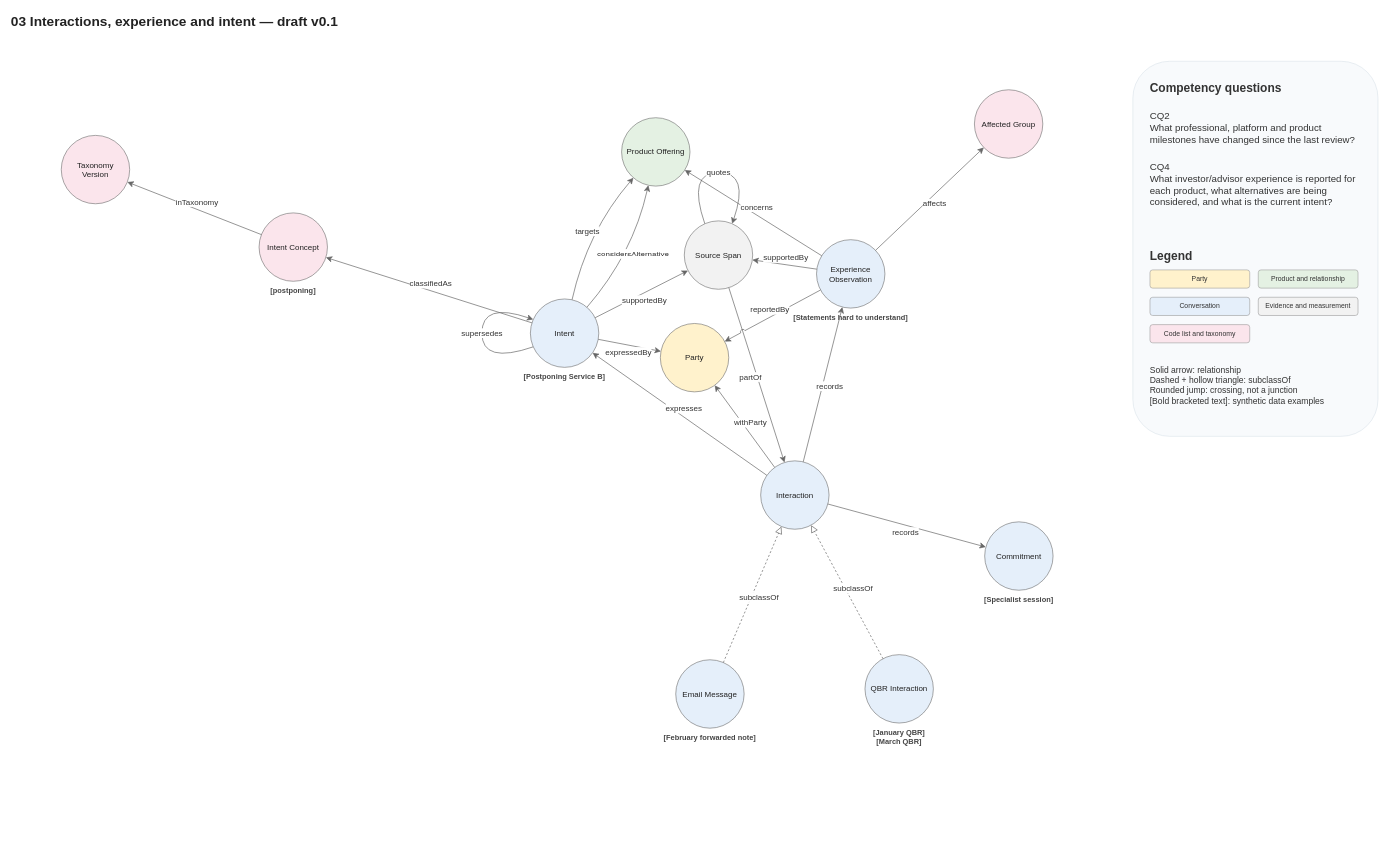
Earlier version of the draw.io diagram page "03 Interactions, experience and intent" (4 of 5) of solution/model/aai-model.drawio (ssfd7/advisor-account-intelligence). Source tidied: cells renumbered, new cells numbered last; positions are measured from the earlier drawing's top-left corner, leaving out a move shared by most shapes. Both pictures are drawn from the tidied source at 57%, with x=0, y=0 at pixel (10, 10).
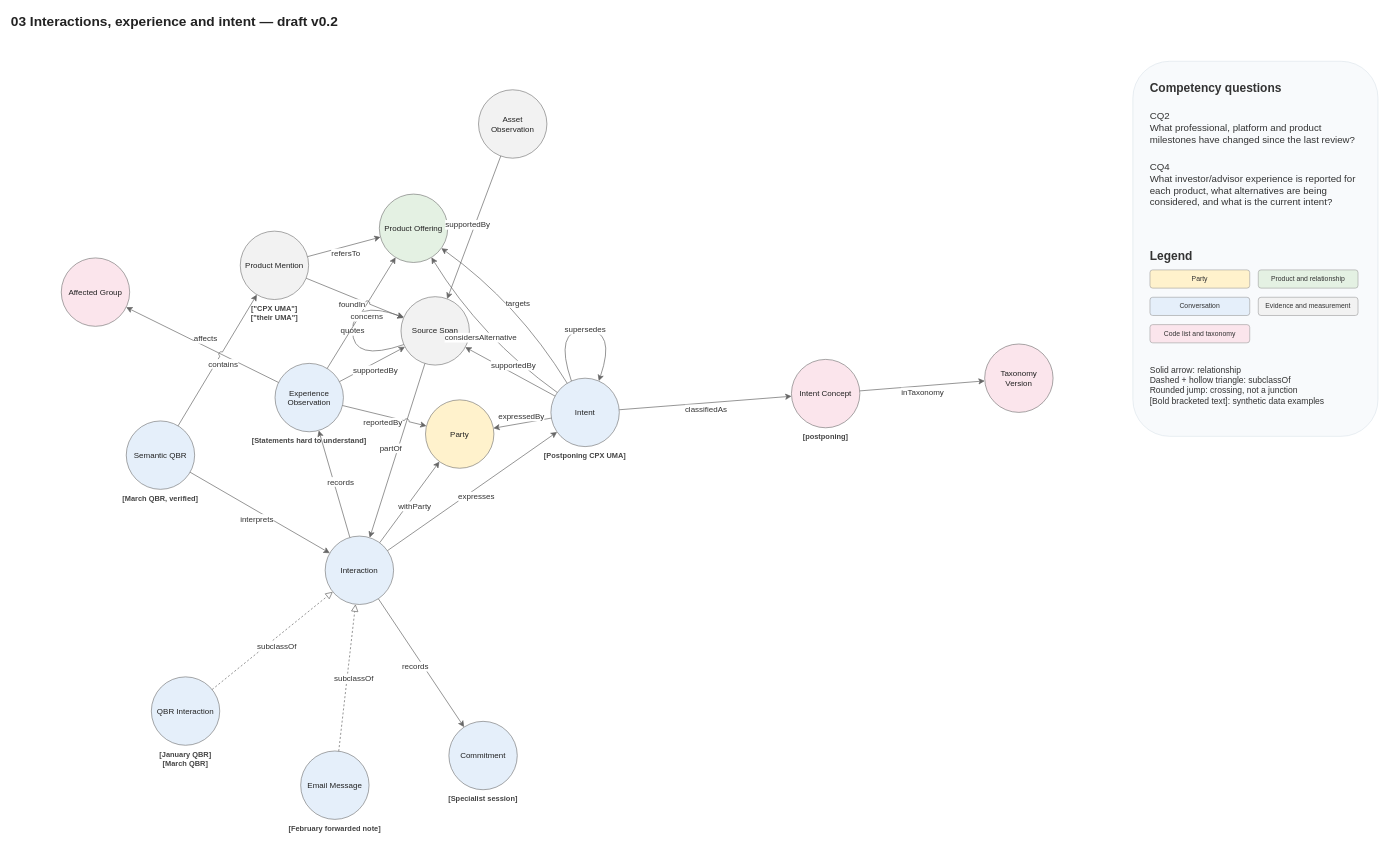
The same diagram, later.

The edit, as a diff of the source:
```diff
@@
-    <mxCell id="2" value="03 Interactions, experience and intent — draft v0.1" style="shape=label;fillColor=none;strokeColor=none;html=1;align=left;fontSize=24;fontStyle=1;fontColor=#222222;" parent="1" vertex="1">
+    <mxCell id="2" value="03 Interactions, experience and intent — draft v0.2" style="shape=label;fillColor=none;strokeColor=none;html=1;align=left;fontSize=24;fontStyle=1;fontColor=#222222;" parent="1" vertex="1">
       <mxGeometry width="1700" height="40" as="geometry" />
     </mxCell>
     <mxCell id="3" value="Party" style="shape=ellipse;perimeter=ellipsePerimeter;whiteSpace=wrap;html=0;fillColor=#FFF2CC;strokeColor=#666666;strokeWidth=1;fontSize=14;fontColor=#222222;spacing=8;" parent="1" vertex="1">
-      <mxGeometry x="1141" y="550" width="120" height="120" as="geometry" />
+      <mxGeometry x="729" y="684" width="120" height="120" as="geometry" />
     </mxCell>
     <mxCell id="4" value="Product Offering" style="shape=ellipse;perimeter=ellipsePerimeter;whiteSpace=wrap;html=0;fillColor=#E4F1E3;strokeColor=#666666;strokeWidth=1;fontSize=14;fontColor=#222222;spacing=8;" parent="1" vertex="1">
-      <mxGeometry x="1073" y="189" width="120" height="120" as="geometry" />
+      <mxGeometry x="648" y="323" width="120" height="120" as="geometry" />
     </mxCell>
+    <mxCell id="51" value="Asset Observation" style="shape=ellipse;perimeter=ellipsePerimeter;whiteSpace=wrap;html=0;fillColor=#F2F2F2;strokeColor=#666666;strokeWidth=1;fontSize=14;fontColor=#222222;spacing=8;" parent="1" vertex="1">
+      <mxGeometry x="822" y="140" width="120" height="120" as="geometry" />
+    </mxCell>
     <mxCell id="5" value="Interaction" style="shape=ellipse;perimeter=ellipsePerimeter;whiteSpace=wrap;html=0;fillColor=#E5EFFA;strokeColor=#666666;strokeWidth=1;fontSize=14;fontColor=#222222;spacing=8;" parent="1" vertex="1">
-      <mxGeometry x="1317" y="791" width="120" height="120" as="geometry" />
+      <mxGeometry x="553" y="923" width="120" height="120" as="geometry" />
     </mxCell>
     <mxCell id="6" value="QBR Interaction" style="shape=ellipse;perimeter=ellipsePerimeter;whiteSpace=wrap;html=0;fillColor=#E5EFFA;strokeColor=#666666;strokeWidth=1;fontSize=14;fontColor=#222222;spacing=8;" parent="1" vertex="1">
-      <mxGeometry x="1500" y="1131" width="120" height="120" as="geometry" />
+      <mxGeometry x="248" y="1170" width="120" height="120" as="geometry" />
     </mxCell>
     <mxCell id="7" value="[January QBR]&#10;[March QBR]" style="shape=label;html=0;whiteSpace=wrap;fillColor=none;strokeColor=none;fontSize=13;fontStyle=1;fontColor=#444444;align=center;verticalAlign=top;spacing=0;" parent="1" vertex="1">
-      <mxGeometry x="1460" y="1255" width="200" height="46" as="geometry" />
+      <mxGeometry x="208" y="1294" width="200" height="46" as="geometry" />
     </mxCell>
     <mxCell id="8" value="Email Message" style="shape=ellipse;perimeter=ellipsePerimeter;whiteSpace=wrap;html=0;fillColor=#E5EFFA;strokeColor=#666666;strokeWidth=1;fontSize=14;fontColor=#222222;spacing=8;" parent="1" vertex="1">
-      <mxGeometry x="1168" y="1140" width="120" height="120" as="geometry" />
+      <mxGeometry x="510" y="1300" width="120" height="120" as="geometry" />
     </mxCell>
     <mxCell id="9" value="[February forwarded note]" style="shape=label;html=0;whiteSpace=wrap;fillColor=none;strokeColor=none;fontSize=13;fontStyle=1;fontColor=#444444;align=center;verticalAlign=top;spacing=0;" parent="1" vertex="1">
-      <mxGeometry x="1128" y="1264" width="200" height="26" as="geometry" />
+      <mxGeometry x="470" y="1424" width="200" height="26" as="geometry" />
     </mxCell>
     <mxCell id="10" value="Source Span" style="shape=ellipse;perimeter=ellipsePerimeter;whiteSpace=wrap;html=0;fillColor=#F2F2F2;strokeColor=#666666;strokeWidth=1;fontSize=14;fontColor=#222222;spacing=8;" parent="1" vertex="1">
-      <mxGeometry x="1183" y="370" width="120" height="120" as="geometry" />
+      <mxGeometry x="686" y="503" width="120" height="120" as="geometry" />
     </mxCell>
     <mxCell id="11" value="Experience Observation" style="shape=ellipse;perimeter=ellipsePerimeter;whiteSpace=wrap;html=0;fillColor=#E5EFFA;strokeColor=#666666;strokeWidth=1;fontSize=14;fontColor=#222222;spacing=8;" parent="1" vertex="1">
-      <mxGeometry x="1415" y="403" width="120" height="120" as="geometry" />
+      <mxGeometry x="465" y="620" width="120" height="120" as="geometry" />
     </mxCell>
     <mxCell id="12" value="[Statements hard to understand]" style="shape=label;html=0;whiteSpace=wrap;fillColor=none;strokeColor=none;fontSize=13;fontStyle=1;fontColor=#444444;align=center;verticalAlign=top;spacing=0;" parent="1" vertex="1">
-      <mxGeometry x="1375" y="527" width="200" height="26" as="geometry" />
+      <mxGeometry x="425" y="744" width="200" height="26" as="geometry" />
     </mxCell>
     <mxCell id="13" value="Affected Group" style="shape=ellipse;perimeter=ellipsePerimeter;whiteSpace=wrap;html=0;fillColor=#FBE5EC;strokeColor=#666666;strokeWidth=1;fontSize=14;fontColor=#222222;spacing=8;" parent="1" vertex="1">
-      <mxGeometry x="1692" y="140" width="120" height="120" as="geometry" />
+      <mxGeometry x="90" y="435" width="120" height="120" as="geometry" />
     </mxCell>
     <mxCell id="14" value="Intent" style="shape=ellipse;perimeter=ellipsePerimeter;whiteSpace=wrap;html=0;fillColor=#E5EFFA;strokeColor=#666666;strokeWidth=1;fontSize=14;fontColor=#222222;spacing=8;" parent="1" vertex="1">
-      <mxGeometry x="913" y="507" width="120" height="120" as="geometry" />
+      <mxGeometry x="949" y="646" width="120" height="120" as="geometry" />
     </mxCell>
-    <mxCell id="15" value="[Postponing Service B]" style="shape=label;html=0;whiteSpace=wrap;fillColor=none;strokeColor=none;fontSize=13;fontStyle=1;fontColor=#444444;align=center;verticalAlign=top;spacing=0;" parent="1" vertex="1">
-      <mxGeometry x="873" y="631" width="200" height="26" as="geometry" />
+    <mxCell id="15" value="[Postponing CPX UMA]" style="shape=label;html=0;whiteSpace=wrap;fillColor=none;strokeColor=none;fontSize=13;fontStyle=1;fontColor=#444444;align=center;verticalAlign=top;spacing=0;" parent="1" vertex="1">
+      <mxGeometry x="909" y="770" width="200" height="26" as="geometry" />
     </mxCell>
     <mxCell id="16" value="Intent Concept" style="shape=ellipse;perimeter=ellipsePerimeter;whiteSpace=wrap;html=0;fillColor=#FBE5EC;strokeColor=#666666;strokeWidth=1;fontSize=14;fontColor=#222222;spacing=8;" parent="1" vertex="1">
-      <mxGeometry x="437" y="356" width="120" height="120" as="geometry" />
+      <mxGeometry x="1371" y="613" width="120" height="120" as="geometry" />
     </mxCell>
     <mxCell id="17" value="[postponing]" style="shape=label;html=0;whiteSpace=wrap;fillColor=none;strokeColor=none;fontSize=13;fontStyle=1;fontColor=#444444;align=center;verticalAlign=top;spacing=0;" parent="1" vertex="1">
-      <mxGeometry x="397" y="480" width="200" height="26" as="geometry" />
+      <mxGeometry x="1331" y="737" width="200" height="26" as="geometry" />
     </mxCell>
     <mxCell id="18" value="Taxonomy Version" style="shape=ellipse;perimeter=ellipsePerimeter;whiteSpace=wrap;html=0;fillColor=#FBE5EC;strokeColor=#666666;strokeWidth=1;fontSize=14;fontColor=#222222;spacing=8;" parent="1" vertex="1">
-      <mxGeometry x="90" y="220" width="120" height="120" as="geometry" />
+      <mxGeometry x="1710" y="586" width="120" height="120" as="geometry" />
     </mxCell>
     <mxCell id="19" value="Commitment" style="shape=ellipse;perimeter=ellipsePerimeter;whiteSpace=wrap;html=0;fillColor=#E5EFFA;strokeColor=#666666;strokeWidth=1;fontSize=14;fontColor=#222222;spacing=8;" parent="1" vertex="1">
-      <mxGeometry x="1710" y="898" width="120" height="120" as="geometry" />
+      <mxGeometry x="770" y="1248" width="120" height="120" as="geometry" />
     </mxCell>
     <mxCell id="20" value="[Specialist session]" style="shape=label;html=0;whiteSpace=wrap;fillColor=none;strokeColor=none;fontSize=13;fontStyle=1;fontColor=#444444;align=center;verticalAlign=top;spacing=0;" parent="1" vertex="1">
-      <mxGeometry x="1670" y="1022" width="200" height="26" as="geometry" />
+      <mxGeometry x="730" y="1372" width="200" height="26" as="geometry" />
     </mxCell>
+    <mxCell id="52" value="Semantic QBR" style="shape=ellipse;perimeter=ellipsePerimeter;whiteSpace=wrap;html=0;fillColor=#E5EFFA;strokeColor=#666666;strokeWidth=1;fontSize=14;fontColor=#222222;spacing=8;" parent="1" vertex="1">
+      <mxGeometry x="204" y="721" width="120" height="120" as="geometry" />
+    </mxCell>
+    <mxCell id="53" value="[March QBR, verified]" style="shape=label;html=0;whiteSpace=wrap;fillColor=none;strokeColor=none;fontSize=13;fontStyle=1;fontColor=#444444;align=center;verticalAlign=top;spacing=0;" parent="1" vertex="1">
+      <mxGeometry x="164" y="845" width="200" height="26" as="geometry" />
+    </mxCell>
+    <mxCell id="54" value="Product Mention" style="shape=ellipse;perimeter=ellipsePerimeter;whiteSpace=wrap;html=0;fillColor=#F2F2F2;strokeColor=#666666;strokeWidth=1;fontSize=14;fontColor=#222222;spacing=8;" parent="1" vertex="1">
+      <mxGeometry x="404" y="388" width="120" height="120" as="geometry" />
+    </mxCell>
+    <mxCell id="55" value="[&quot;CPX UMA&quot;]&#10;[&quot;their UMA&quot;]" style="shape=label;html=0;whiteSpace=wrap;fillColor=none;strokeColor=none;fontSize=13;fontStyle=1;fontColor=#444444;align=center;verticalAlign=top;spacing=0;" parent="1" vertex="1">
+      <mxGeometry x="364" y="512" width="200" height="46" as="geometry" />
+    </mxCell>
@@
-    <mxCell id="25" value="quotes" style="edgeStyle=none;html=1;rounded=0;strokeColor=#666666;strokeWidth=1.2;fontSize=14;fontColor=#333333;labelBackgroundColor=#FFFFFF;jumpStyle=arc;jumpSize=8;endArrow=classic;endSize=8;curved=1;exitX=0.3;exitY=0.04;entryX=0.7;entryY=0.04;exitDx=0;exitDy=0;entryDx=0;entryDy=0;" parent="1" edge="1" source="10" target="10">
+    <mxCell id="25" value="quotes" style="edgeStyle=none;html=1;rounded=0;strokeColor=#666666;strokeWidth=1.2;fontSize=14;fontColor=#333333;labelBackgroundColor=#FFFFFF;jumpStyle=arc;jumpSize=8;endArrow=classic;endSize=8;curved=1;exitX=0.04;exitY=0.7;entryX=0.04;entryY=0.3;exitDx=0;exitDy=0;entryDx=0;entryDy=0;" parent="1" edge="1" source="10" target="10">
       <mxGeometry relative="1" as="geometry">
         <Array as="points">
-          <mxPoint x="1188" y="285" />
-          <mxPoint x="1298" y="285" />
+          <mxPoint x="601" y="618" />
+          <mxPoint x="601" y="508" />
         </Array>
       </mxGeometry>
     </mxCell>
@@
     <mxCell id="34" value="targets" style="edgeStyle=none;html=1;rounded=0;strokeColor=#666666;strokeWidth=1.2;fontSize=14;fontColor=#333333;labelBackgroundColor=#FFFFFF;jumpStyle=arc;jumpSize=8;endArrow=classic;endSize=8;curved=1;" parent="1" edge="1" source="14" target="4">
       <mxGeometry relative="1" as="geometry">
         <Array as="points">
-          <mxPoint x="1013" y="388" />
+          <mxPoint x="891" y="514" />
         </Array>
       </mxGeometry>
     </mxCell>
     <mxCell id="35" value="considersAlternative" style="edgeStyle=none;html=1;rounded=0;strokeColor=#666666;strokeWidth=1.2;fontSize=14;fontColor=#333333;labelBackgroundColor=#FFFFFF;jumpStyle=arc;jumpSize=8;endArrow=classic;endSize=8;curved=1;" parent="1" edge="1" source="14" target="4">
       <mxGeometry relative="1" as="geometry">
         <Array as="points">
-          <mxPoint x="1093" y="428" />
+          <mxPoint x="826" y="575" />
         </Array>
       </mxGeometry>
     </mxCell>
@@
-    <mxCell id="39" value="supersedes" style="edgeStyle=none;html=1;rounded=0;strokeColor=#666666;strokeWidth=1.2;fontSize=14;fontColor=#333333;labelBackgroundColor=#FFFFFF;jumpStyle=arc;jumpSize=8;endArrow=classic;endSize=8;curved=1;exitX=0.04;exitY=0.7;entryX=0.04;entryY=0.3;exitDx=0;exitDy=0;entryDx=0;entryDy=0;" parent="1" edge="1" source="14" target="14">
+    <mxCell id="39" value="supersedes" style="edgeStyle=none;html=1;rounded=0;strokeColor=#666666;strokeWidth=1.2;fontSize=14;fontColor=#333333;labelBackgroundColor=#FFFFFF;jumpStyle=arc;jumpSize=8;endArrow=classic;endSize=8;curved=1;exitX=0.3;exitY=0.04;entryX=0.7;entryY=0.04;exitDx=0;exitDy=0;entryDx=0;entryDy=0;" parent="1" edge="1" source="14" target="14">
       <mxGeometry relative="1" as="geometry">
         <Array as="points">
-          <mxPoint x="828" y="622" />
-          <mxPoint x="828" y="512" />
+          <mxPoint x="954" y="561" />
+          <mxPoint x="1064" y="561" />
         </Array>
       </mxGeometry>
     </mxCell>
+    <mxCell id="56" value="interprets" style="edgeStyle=none;html=1;rounded=0;strokeColor=#666666;strokeWidth=1.2;fontSize=14;fontColor=#333333;labelBackgroundColor=#FFFFFF;jumpStyle=arc;jumpSize=8;endArrow=classic;endSize=8;curved=0;" parent="1" edge="1" source="52" target="5">
+      <mxGeometry y="-12" relative="1" as="geometry" />
+    </mxCell>
+    <mxCell id="57" value="contains" style="edgeStyle=none;html=1;rounded=0;strokeColor=#666666;strokeWidth=1.2;fontSize=14;fontColor=#333333;labelBackgroundColor=#FFFFFF;jumpStyle=arc;jumpSize=8;endArrow=classic;endSize=8;curved=0;" parent="1" edge="1" source="52" target="54">
+      <mxGeometry y="-12" relative="1" as="geometry" />
+    </mxCell>
+    <mxCell id="58" value="foundIn" style="edgeStyle=none;html=1;rounded=0;strokeColor=#666666;strokeWidth=1.2;fontSize=14;fontColor=#333333;labelBackgroundColor=#FFFFFF;jumpStyle=arc;jumpSize=8;endArrow=classic;endSize=8;curved=0;" parent="1" edge="1" source="54" target="10">
+      <mxGeometry y="-12" relative="1" as="geometry" />
+    </mxCell>
+    <mxCell id="59" value="refersTo" style="edgeStyle=none;html=1;rounded=0;strokeColor=#666666;strokeWidth=1.2;fontSize=14;fontColor=#333333;labelBackgroundColor=#FFFFFF;jumpStyle=arc;jumpSize=8;endArrow=classic;endSize=8;curved=0;" parent="1" edge="1" source="54" target="4">
+      <mxGeometry y="-12" relative="1" as="geometry" />
+    </mxCell>
+    <mxCell id="60" value="supportedBy" style="edgeStyle=none;html=1;rounded=0;strokeColor=#666666;strokeWidth=1.2;fontSize=14;fontColor=#333333;labelBackgroundColor=#FFFFFF;jumpStyle=arc;jumpSize=8;endArrow=classic;endSize=8;curved=0;" parent="1" edge="1" source="51" target="10">
+      <mxGeometry y="-12" relative="1" as="geometry" />
+    </mxCell>
```
